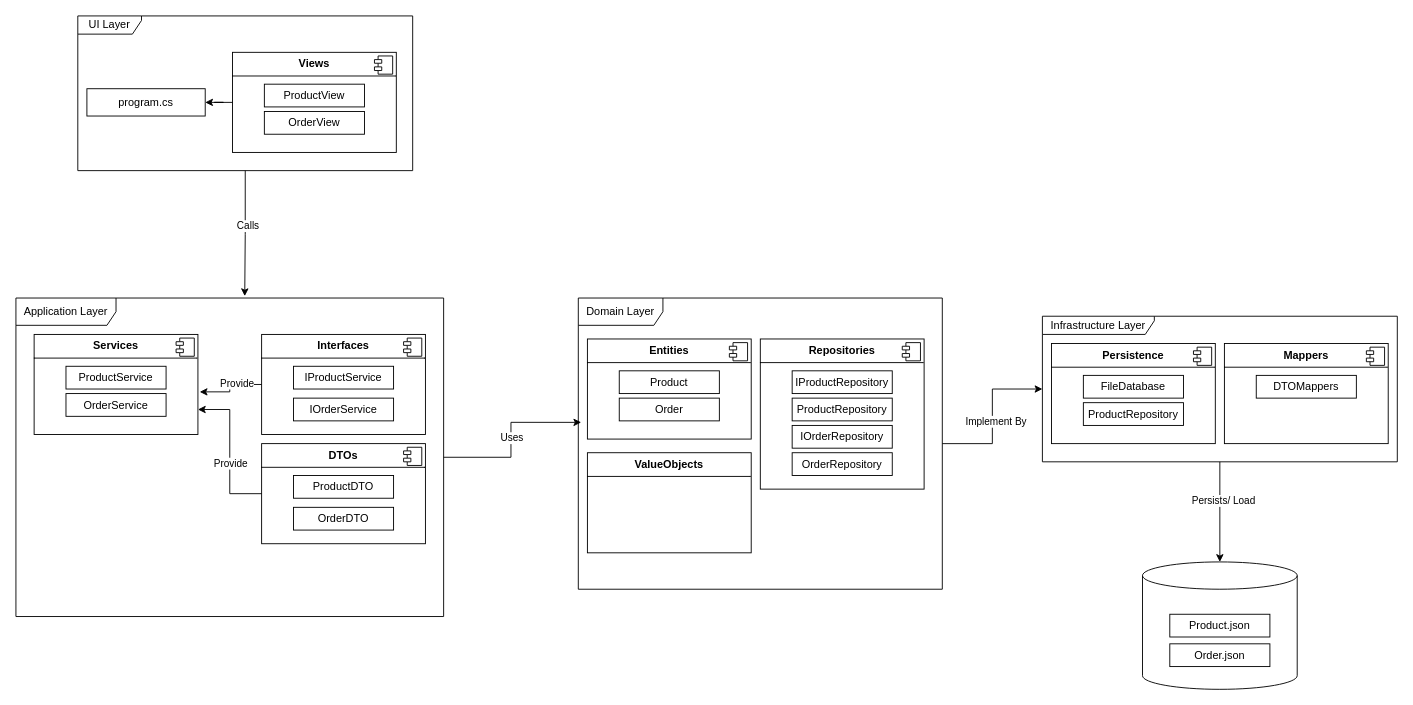
This is .NET/Mini_Ecommerce/Clean Architecture.drawio from fleeforezz/My_Study, a draw.io file, before an edit. Source tidied: cells renumbered, new cells numbered last; positions are measured from the earlier drawing's top-left corner, leaving out a move shared by most shapes. Both pictures are drawn from the tidied source at 91%, with x=0, y=0 at pixel (15, 15).
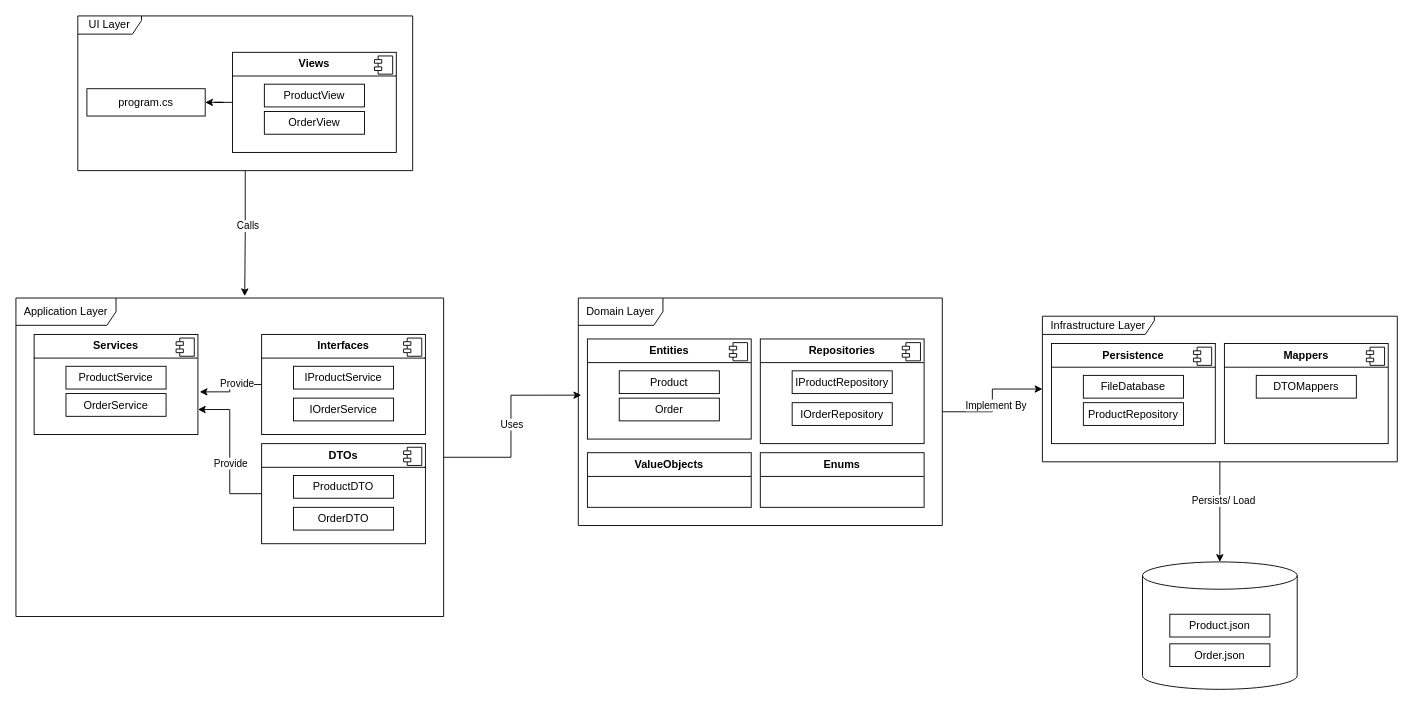
Above is the later version.

The edit, as a diff of the source:
```diff
@@
     <mxCell id="28" value="Domain Layer" style="shape=umlFrame;whiteSpace=wrap;html=1;width=93;height=30;" parent="1" vertex="1">
-      <mxGeometry x="618" y="310" width="400" height="320" as="geometry" />
+      <mxGeometry x="618" y="310" width="400" height="250" as="geometry" />
     </mxCell>
@@
     <mxCell id="33" value="&lt;p style=&quot;margin:0px;margin-top:6px;text-align:center;&quot;&gt;&lt;b&gt;Repositories&lt;/b&gt;&lt;/p&gt;&lt;hr size=&quot;1&quot; style=&quot;border-style:solid;&quot;&gt;&lt;p style=&quot;margin:0px;margin-left:8px;&quot;&gt;&lt;br&gt;&lt;/p&gt;" style="align=left;overflow=fill;html=1;whiteSpace=wrap;" parent="1" vertex="1">
-      <mxGeometry x="818" y="355" width="180" height="165" as="geometry" />
+      <mxGeometry x="818" y="355" width="180" height="115" as="geometry" />
     </mxCell>
@@
-    <mxCell id="35" value="ProductRepository" style="html=1;whiteSpace=wrap;" parent="1" vertex="1">
-      <mxGeometry x="853" y="420" width="110" height="25" as="geometry" />
-    </mxCell>
@@
     <mxCell id="37" value="IOrderRepository" style="html=1;whiteSpace=wrap;" parent="1" vertex="1">
-      <mxGeometry x="853" y="450" width="110" height="25" as="geometry" />
+      <mxGeometry x="853" y="425" width="110" height="25" as="geometry" />
     </mxCell>
-    <mxCell id="38" value="OrderRepository" style="html=1;whiteSpace=wrap;" parent="1" vertex="1">
-      <mxGeometry x="853" y="480" width="110" height="25" as="geometry" />
-    </mxCell>
     <mxCell id="39" value="&lt;p style=&quot;margin:0px;margin-top:6px;text-align:center;&quot;&gt;&lt;b&gt;ValueObjects&lt;/b&gt;&lt;/p&gt;&lt;hr size=&quot;1&quot; style=&quot;border-style:solid;&quot;&gt;&lt;p style=&quot;margin:0px;margin-left:8px;&quot;&gt;&lt;br&gt;&lt;/p&gt;" style="align=left;overflow=fill;html=1;whiteSpace=wrap;" parent="1" vertex="1">
-      <mxGeometry x="628" y="480" width="180" height="110" as="geometry" />
+      <mxGeometry x="628" y="480" width="180" height="60" as="geometry" />
     </mxCell>
@@
+    <mxCell id="66" value="&lt;p style=&quot;margin:0px;margin-top:6px;text-align:center;&quot;&gt;&lt;b&gt;Enums&lt;/b&gt;&lt;/p&gt;&lt;hr size=&quot;1&quot; style=&quot;border-style:solid;&quot;&gt;&lt;p style=&quot;margin:0px;margin-left:8px;&quot;&gt;&lt;br&gt;&lt;/p&gt;" style="align=left;overflow=fill;html=1;whiteSpace=wrap;" parent="1" vertex="1">
+      <mxGeometry x="818" y="480" width="180" height="60" as="geometry" />
+    </mxCell>
```
